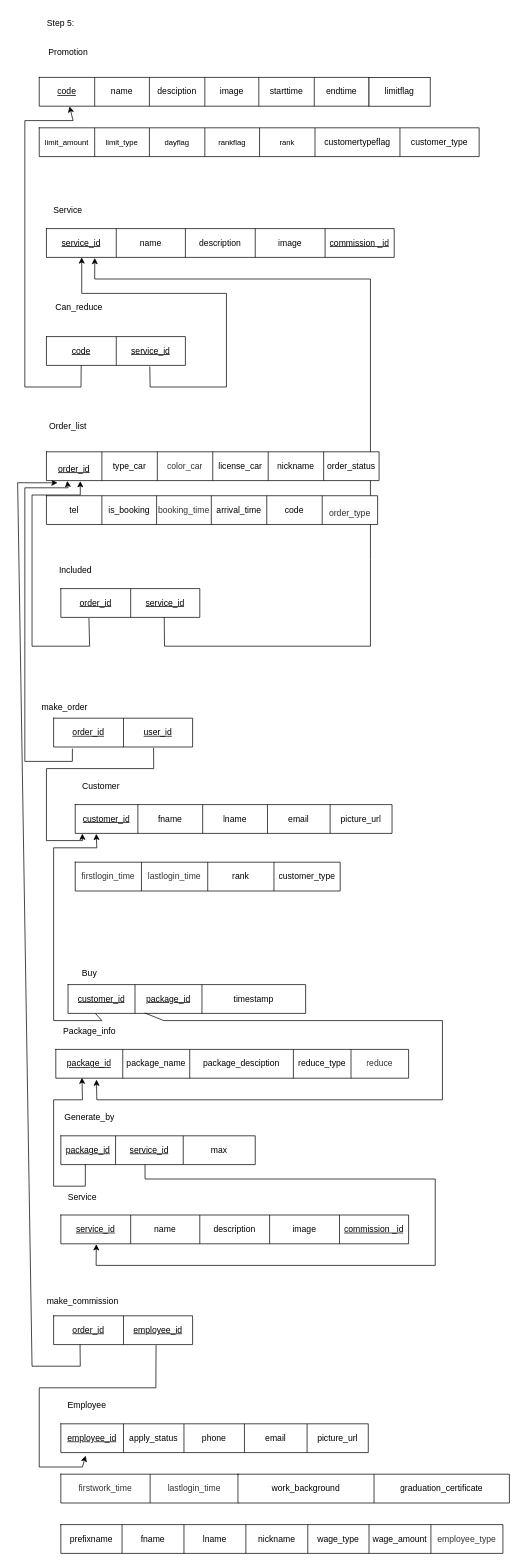
The draw.io diagram page "Step_P3" (4 of 7) of carcare.drawio in jarawin/carcare, before the edit. Source tidied: cells renumbered, new cells numbered last; positions are measured from the earlier drawing's top-left corner, leaving out a move shared by most shapes. Both pictures are drawn from the tidied source at 72%, with x=0, y=0 at pixel (17, 12).
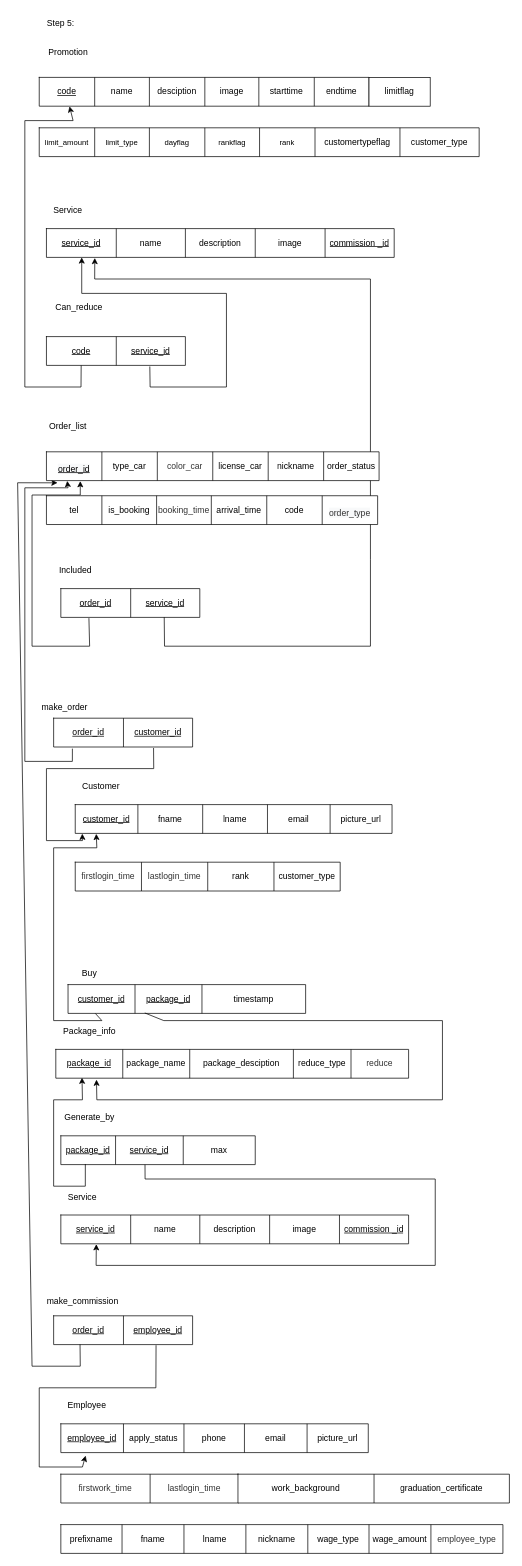
The same page after the edit.

The change refers to these unchanged cells:
```xml
<mxCell id="55" style="shape=tableRow;horizontal=0;startSize=0;swimlaneHead=0;swimlaneBody=0;top=0;left=0;bottom=0;right=0;fillColor=none;points=[[0,0.5],[1,0.5]];portConstraint=eastwest;strokeColor=default;fontFamily=Helvetica;fontSize=12;fontColor=default;html=1;" parent="54" vertex="1">
  <mxGeometry width="193" height="40" as="geometry" />
</mxCell>
```

What changed in the source:
```diff
@@
-    <mxCell id="57" value="&lt;u&gt;&lt;span style=&quot;font-size: 9pt; line-height: 12.72px; font-family: Helvetica, sans-serif; background-image: initial; background-position: initial; background-size: initial; background-repeat: initial; background-attachment: initial; background-origin: initial; background-clip: initial;&quot;&gt;user_id&lt;/span&gt;&lt;/u&gt;" style="shape=partialRectangle;html=1;whiteSpace=wrap;overflow=hidden;fillColor=none;top=0;left=0;bottom=0;right=0;strokeColor=default;fontFamily=Helvetica;fontSize=12;fontColor=default;startSize=0;" parent="55" vertex="1">
+    <mxCell id="57" value="&lt;u&gt;&lt;span style=&quot;line-height: 106%; font-family: Helvetica, sans-serif; background-image: initial; background-position: initial; background-size: initial; background-repeat: initial; background-attachment: initial; background-origin: initial; background-clip: initial;&quot;&gt;customer_id&lt;/span&gt;&lt;/u&gt;" style="shape=partialRectangle;html=1;whiteSpace=wrap;overflow=hidden;fillColor=none;top=0;left=0;bottom=0;right=0;strokeColor=default;fontFamily=Helvetica;fontSize=12;fontColor=default;startSize=0;" parent="55" vertex="1">
       <mxGeometry x="97" width="96" height="40" as="geometry" />
     </mxCell>
```
